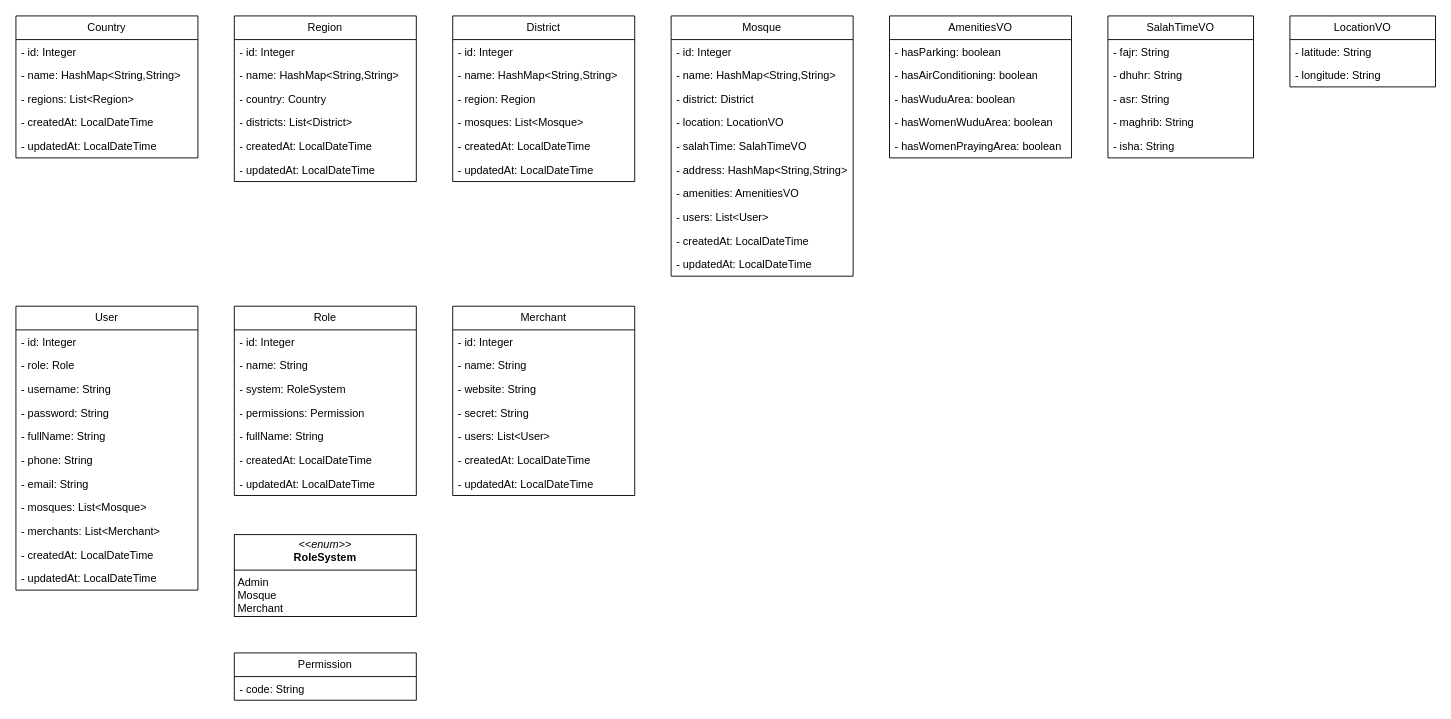
Before: page "EntitySchema" (2 of 3) of raw/uml/Schemas.drawio in MasjidVaqtlari/docs, a draw.io diagram. Source tidied: cells renumbered, new cells numbered last; positions are measured from the earlier drawing's top-left corner, leaving out a move shared by most shapes. Both pictures are drawn from the tidied source at 91%, with x=0, y=0 at pixel (15, 15).
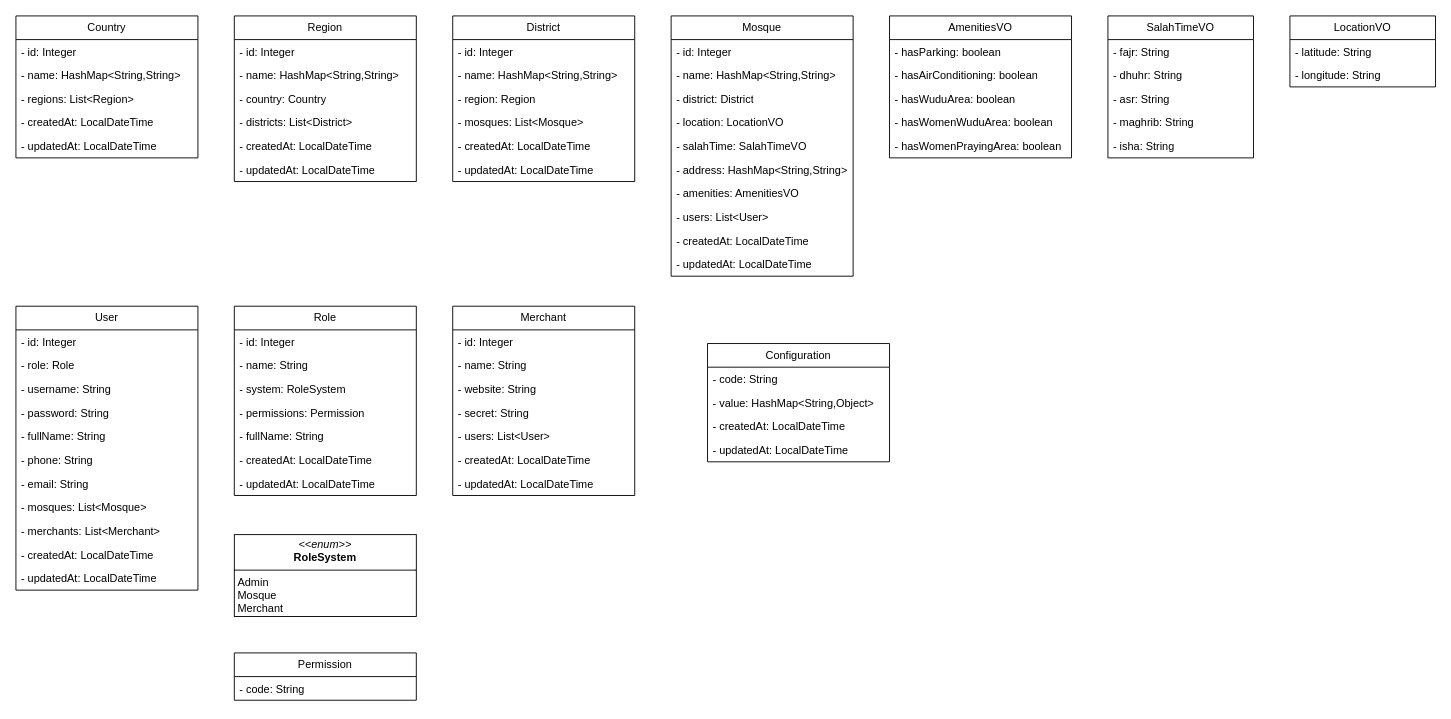
After the change.

Commit message (it also covers changes not shown here):
Added Configuration entity and table

Change to the diagram source:
```diff
@@
+    <mxCell id="79" value="Configuration" style="swimlane;fontStyle=0;horizontal=1;startSize=26;fillColor=none;whiteSpace=wrap;html=1;" parent="1" vertex="1">
+      <mxGeometry x="760" y="360" width="200" height="130" as="geometry" />
+    </mxCell>
+    <mxCell id="80" value="- code: String" style="text;strokeColor=none;fillColor=none;align=left;verticalAlign=top;spacingLeft=4;spacingRight=4;overflow=hidden;whiteSpace=wrap;html=1;" parent="79" vertex="1">
+      <mxGeometry y="26" width="200" height="26" as="geometry" />
+    </mxCell>
+    <mxCell id="81" value="- value: HashMap&amp;lt;String,Object&amp;gt;" style="text;strokeColor=none;fillColor=none;align=left;verticalAlign=top;spacingLeft=4;spacingRight=4;overflow=hidden;whiteSpace=wrap;html=1;" parent="79" vertex="1">
+      <mxGeometry y="52" width="200" height="26" as="geometry" />
+    </mxCell>
+    <mxCell id="82" value="- createdAt: LocalDateTime" style="text;strokeColor=none;fillColor=none;align=left;verticalAlign=top;spacingLeft=4;spacingRight=4;overflow=hidden;whiteSpace=wrap;html=1;" parent="79" vertex="1">
+      <mxGeometry y="78" width="200" height="26" as="geometry" />
+    </mxCell>
+    <mxCell id="83" value="- updatedAt: LocalDateTime" style="text;strokeColor=none;fillColor=none;align=left;verticalAlign=top;spacingLeft=4;spacingRight=4;overflow=hidden;whiteSpace=wrap;html=1;" parent="79" vertex="1">
+      <mxGeometry y="104" width="200" height="26" as="geometry" />
+    </mxCell>
```
